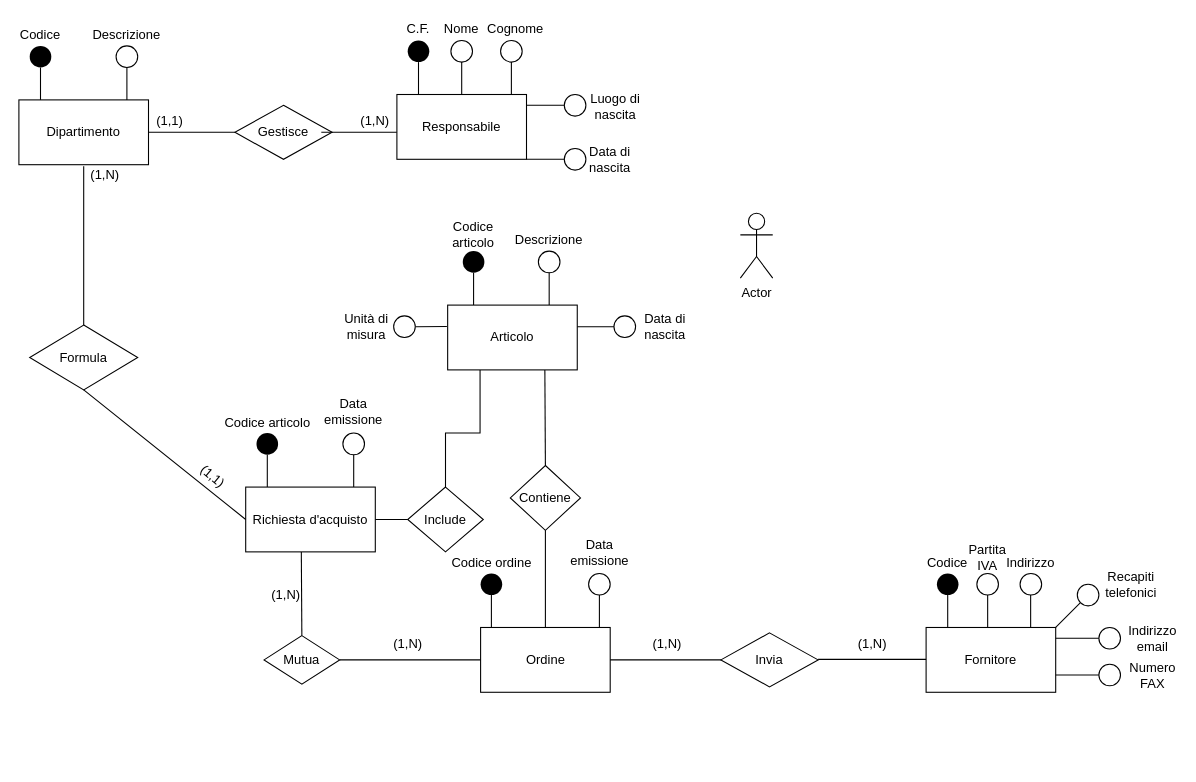
Earlier version of the draw.io diagram Basi di Dati - Diagramma ER.drawio (FraBomba6/Progetto_BdD). Source tidied: cells renumbered, new cells numbered last; positions are measured from the earlier drawing's top-left corner, leaving out a move shared by most shapes. Both pictures are drawn from the tidied source at 108%, with x=0, y=0 at pixel (18, 18).
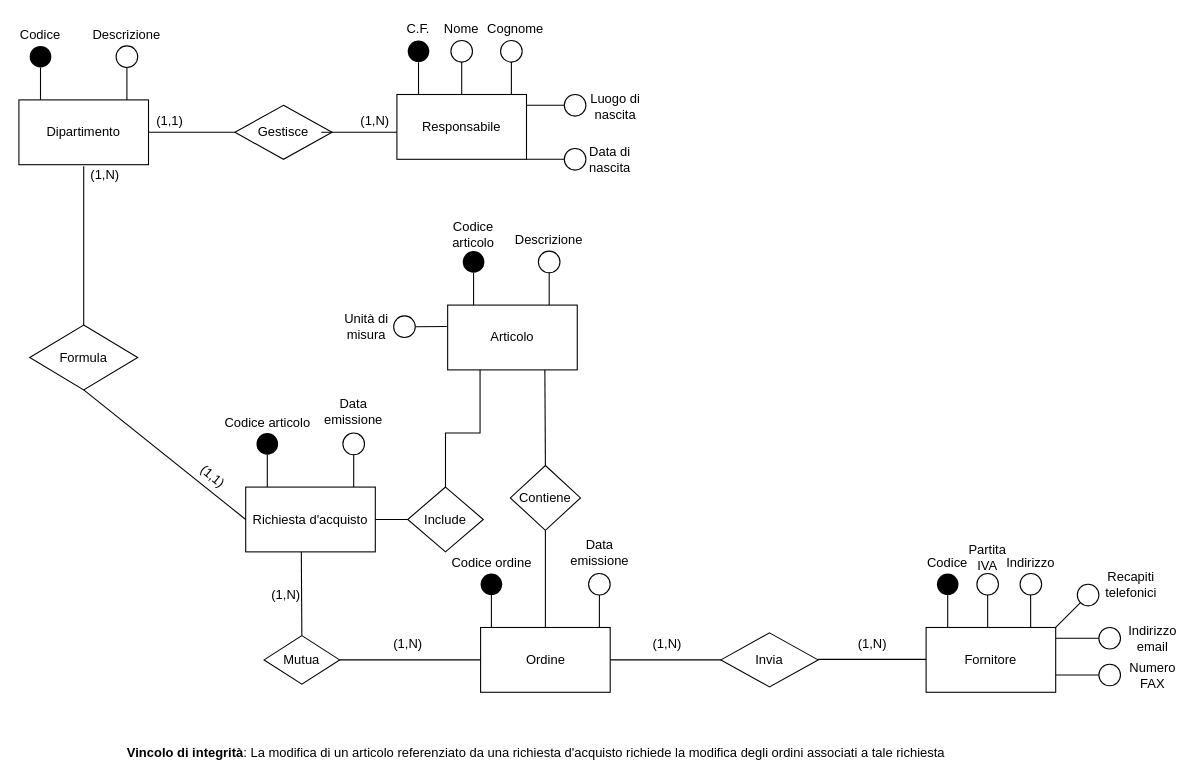
The same page after the edit.

The change refers to these unchanged cells:
```xml
<mxCell id="44" style="group;" parent="1" vertex="1">
  <mxGeometry x="297" y="190" width="329" height="135" as="geometry" />
</mxCell>
```

What changed in the source:
```diff
@@
-    <mxCell id="50" style="endArrow=none;html=1;entryX=0.5;entryY=1;entryDx=0;entryDy=0;exitX=1;exitY=0.25;exitDx=0;exitDy=0;" parent="44" edge="1">
-      <mxGeometry x="240" y="60" as="geometry">
-        <mxPoint x="220" y="95" as="sourcePoint" />
-        <mxPoint x="255" y="95" as="targetPoint" />
-      </mxGeometry>
-    </mxCell>
-    <mxCell id="51" style="ellipse;whiteSpace=wrap;html=1;rotation=90;" parent="44" vertex="1">
-      <mxGeometry x="254" y="85" width="20" height="20" as="geometry" />
-    </mxCell>
-    <mxCell id="52" value="&lt;div&gt;Data di nascita&lt;/div&gt;" style="text;html=1;strokeColor=none;fillColor=none;align=center;verticalAlign=middle;whiteSpace=wrap;rounded=0;rotation=0;" parent="44" vertex="1">
-      <mxGeometry x="274" y="85" width="55" height="20" as="geometry" />
-    </mxCell>
@@
-    <mxCell id="119" value="Actor" style="shape=umlActor;verticalLabelPosition=bottom;verticalAlign=top;html=1;" parent="1" vertex="1">
-      <mxGeometry x="668" y="180" width="30" height="60" as="geometry" />
-    </mxCell>
+    <mxCell id="120" value="&lt;b&gt;Vincolo di integrità&lt;/b&gt;: La modifica di un articolo referenziato da una richiesta d'acquisto richiede la modifica degli ordini associati a tale richiesta" style="text;html=1;strokeColor=none;fillColor=none;align=center;verticalAlign=middle;whiteSpace=wrap;rounded=0;" parent="1" vertex="1">
+      <mxGeometry x="80" y="670" width="798" height="20" as="geometry" />
+    </mxCell>
```
